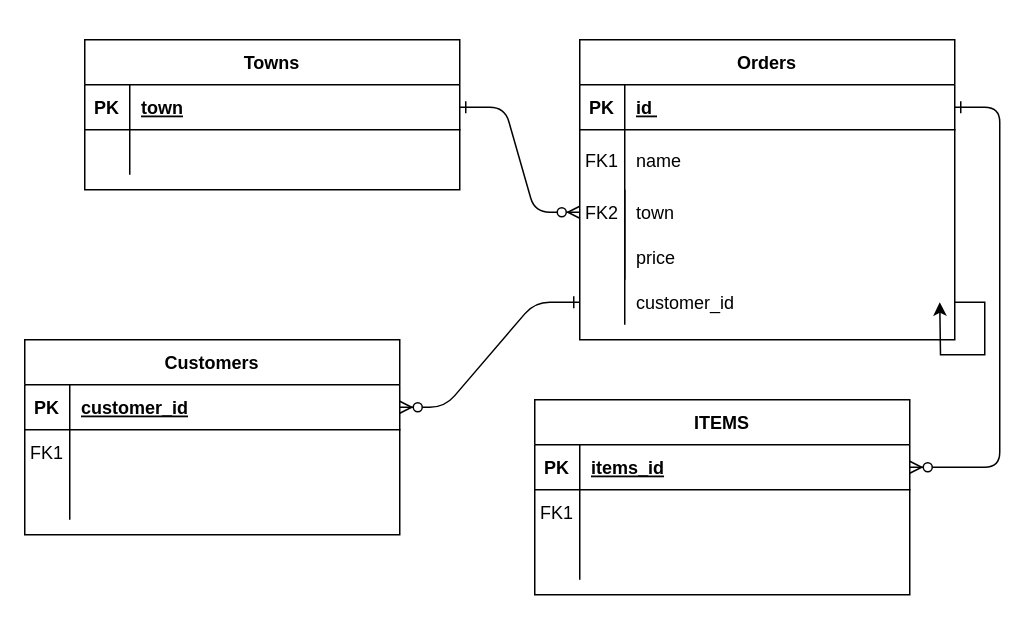
Above: Диаграмма без названия.drawio in anastasiria/ER-diagram_SQL (draw.io), before the change. Source tidied: cells renumbered, new cells numbered last; positions are measured from the earlier drawing's top-left corner, leaving out a move shared by most shapes. Both pictures are drawn from the tidied source at 150%, with x=0, y=0 at pixel (24, 39).
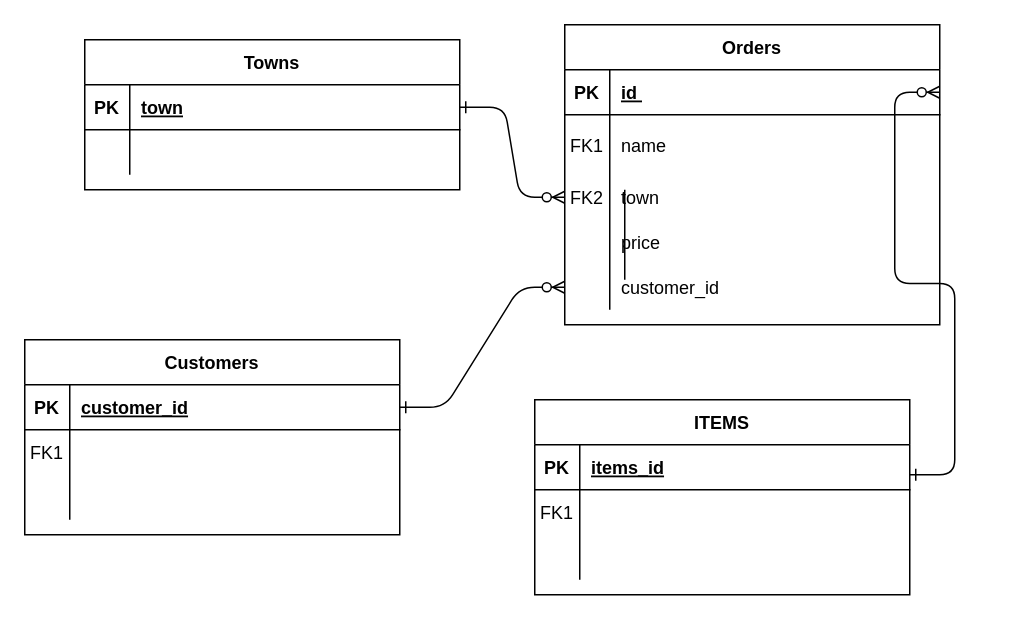
The same diagram, later.

Unchanged cells that the change refers to:
```xml
<mxCell id="5" style="shape=partialRectangle;fillColor=none;points=[[0,0.5],[1,0.5]];portConstraint=eastwest;top=0;left=0;right=0;bottom=1;" parent="4" vertex="1">
  <mxGeometry y="30" width="250" height="30" as="geometry" />
</mxCell>
<mxCell id="17" style="shape=partialRectangle;fillColor=none;points=[[0,0.5],[1,0.5]];portConstraint=eastwest;top=0;left=0;right=0;bottom=0;" parent="4" vertex="1">
  <mxGeometry y="160" width="250" height="30" as="geometry" />
</mxCell>
<mxCell id="21" style="shape=partialRectangle;fillColor=none;points=[[0,0.5],[1,0.5]];portConstraint=eastwest;top=0;left=0;right=0;bottom=1;" parent="20" vertex="1">
  <mxGeometry y="30" width="250" height="30" as="geometry" />
</mxCell>
<mxCell id="39" style="shape=partialRectangle;fillColor=none;points=[[0,0.5],[1,0.5]];portConstraint=eastwest;top=0;left=0;right=0;bottom=1;" parent="38" vertex="1">
  <mxGeometry y="30" width="250" height="30" as="geometry" />
</mxCell>
```

Diff of the diagram source:
```diff
@@
-    <mxCell id="3" style="edgeStyle=entityRelationEdgeStyle;endArrow=ERzeroToMany;startArrow=ERone;endFill=1;startFill=0;entryX=1;entryY=0.5;entryDx=0;entryDy=0;" parent="1" edge="1" source="5" target="21">
-      <mxGeometry relative="1" as="geometry" />
+    <mxCell id="3" style="edgeStyle=entityRelationEdgeStyle;endArrow=ERzeroToMany;startArrow=ERone;endFill=1;startFill=0;exitX=1;exitY=0.5;exitDx=0;exitDy=0;entryX=1;entryY=0.5;entryDx=0;entryDy=0;" parent="1" edge="1" target="5">
+      <mxGeometry relative="1" as="geometry">
+        <mxPoint x="590" y="290" as="sourcePoint" />
+        <Array as="points">
+          <mxPoint x="660" y="105" />
+          <mxPoint x="590" y="180" />
+          <mxPoint x="630" y="40" />
+          <mxPoint x="630" y="90" />
+          <mxPoint x="610" y="40" />
+          <mxPoint x="570" y="140" />
+          <mxPoint x="660" y="45" />
+        </Array>
+      </mxGeometry>
     </mxCell>
     <mxCell id="4" value="Orders" style="shape=table;startSize=30;childLayout=tableLayout;rowLines=0;fontStyle=1;align=center;" parent="1" vertex="1">
-      <mxGeometry x="370" width="250" height="200" as="geometry" />
+      <mxGeometry x="360" y="-10" width="250" height="200" as="geometry" />
     </mxCell>
@@
-    <mxCell id="48" style="edgeStyle=entityRelationEdgeStyle;endArrow=ERzeroToMany;startArrow=ERone;endFill=1;startFill=0;entryX=1;entryY=0.5;entryDx=0;entryDy=0;exitX=0;exitY=0.5;exitDx=0;exitDy=0;" parent="1" edge="1" source="17" target="39">
+    <mxCell id="48" style="edgeStyle=entityRelationEdgeStyle;endArrow=ERzeroToMany;startArrow=ERone;endFill=1;startFill=0;entryX=0;entryY=0.5;entryDx=0;entryDy=0;exitX=1;exitY=0.5;exitDx=0;exitDy=0;" parent="1" edge="1" source="39" target="17">
       <mxGeometry relative="1" as="geometry" />
     </mxCell>
-    <mxCell id="49" style="edgeStyle=orthogonalEdgeStyle;rounded=0;jettySize=auto;html=1;" parent="1" edge="1" source="17">
-      <mxGeometry relative="1" as="geometry">
-        <mxPoint x="610" y="175" as="targetPoint" />
-      </mxGeometry>
-    </mxCell>
```
